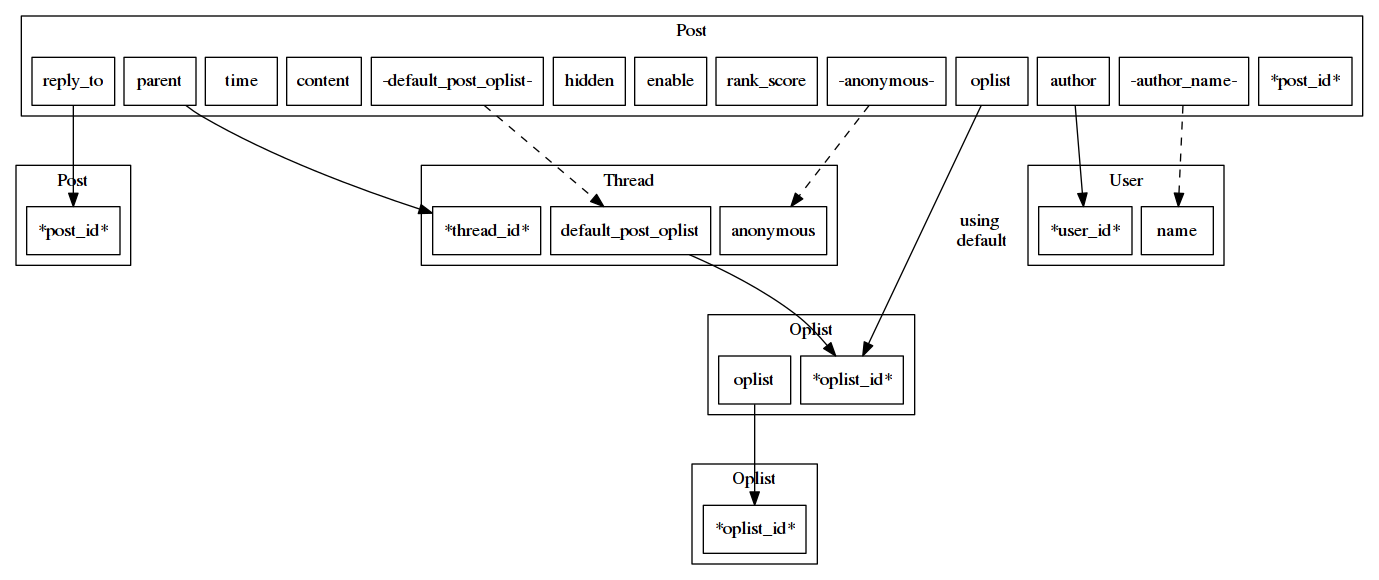
Above: pages/graph/erd/posts.png in cc98-frontend-development/API (Graphviz), before the change. Its source is kept beside it as pages/graph/erd/posts.dot.
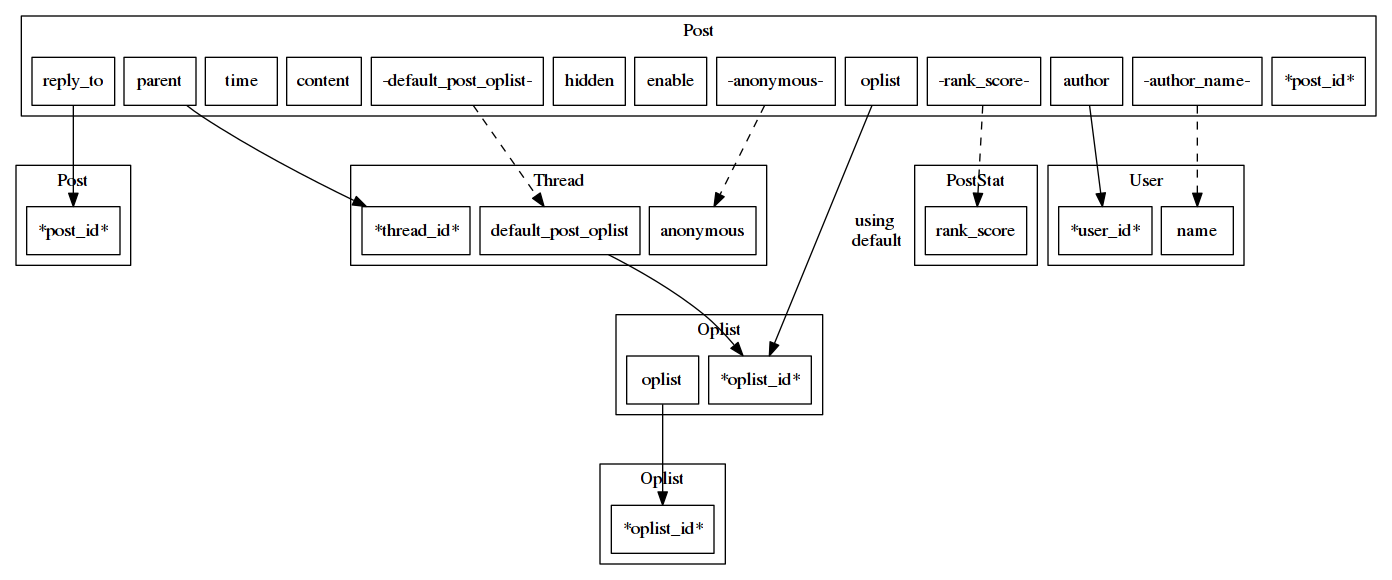
The same diagram one commit later.

Commit message:
resources_stats_posts: init

What changed in the source:
```diff
@@ -10,7 +10,7 @@
 		node_a_post_reply_to            [ label = "reply_to" ];
 		node_a_post_oplist              [ label = "oplist" ];
 		node_a_post_default_post_oplist [ label = "-default_post_oplist-" ];
-		node_a_post_rank_score          [ label = "rank_score" ];
+		node_a_post_rank_score          [ label = "-rank_score-" ];
 		node_a_post_enable              [ label = "enable" ];
 		node_a_post_hidden              [ label = "hidden" ];
 		node_a_post_anonymous           [ label = "-anonymous-" ];
@@ -18,6 +18,11 @@
 		node_a_post_time                [ label = "time" ];
 		node_a_post_author              [ label = "author" ];
 		node_a_post_author_name         [ label = "-author_name-" ];
+	}
+
+	subgraph cluster_post_stat {
+		label = "PostStat";
+		node_a_post_stat_rank_score [ label = "rank_score" ];
 	}
 
 	subgraph cluster_post_2 {
@@ -55,6 +60,7 @@
 	node_a_post_oplist -> node_a_oplist_oplist_id [ label = "using\n default" ];
 	node_a_post_default_post_oplist -> node_a_thread_default_post_oplist [ style = dashed ];
 	node_a_post_anonymous -> node_a_thread_anonymous [style = dashed ];
+	node_a_post_rank_score -> node_a_post_stat_rank_score [style = dashed ];
 	node_a_post_author -> node_a_user_user_id;
 	node_a_post_author_name -> node_a_user_name     [ style = dashed ];
 
```
